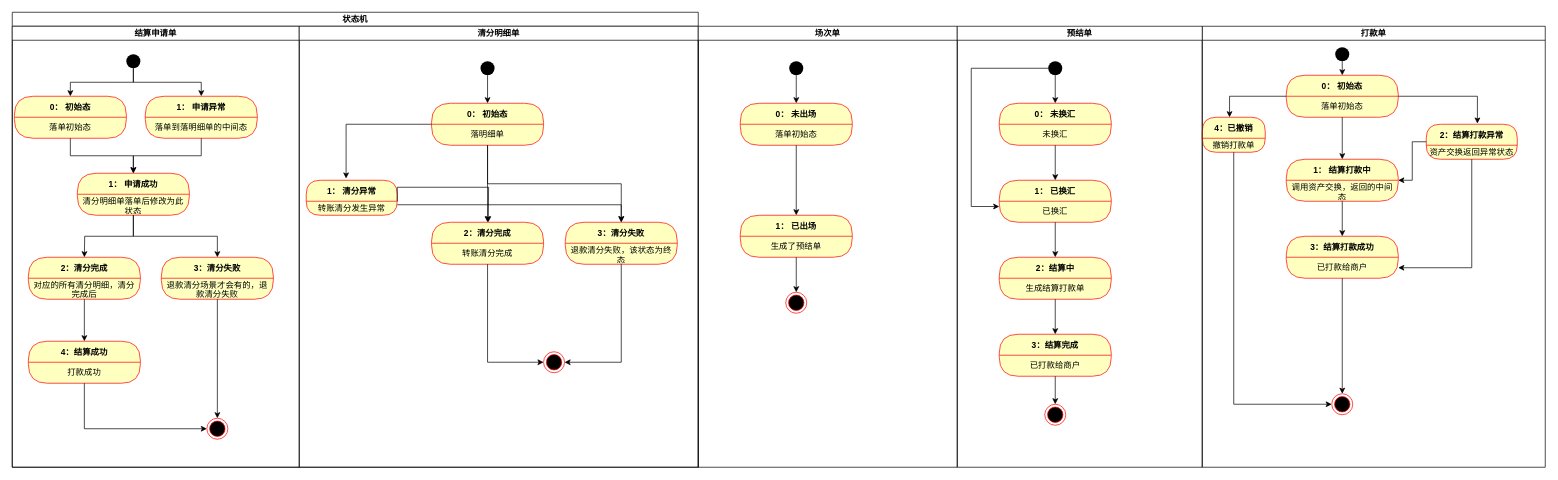
Before: merchant-settle/状态机.drawio in DominicElvira/Diagrams, a draw.io diagram. Source tidied: cells renumbered, new cells numbered last; positions are measured from the earlier drawing's top-left corner, leaving out a move shared by most shapes. Both pictures are drawn from the tidied source at 70%, with x=0, y=0 at pixel (12, 12).
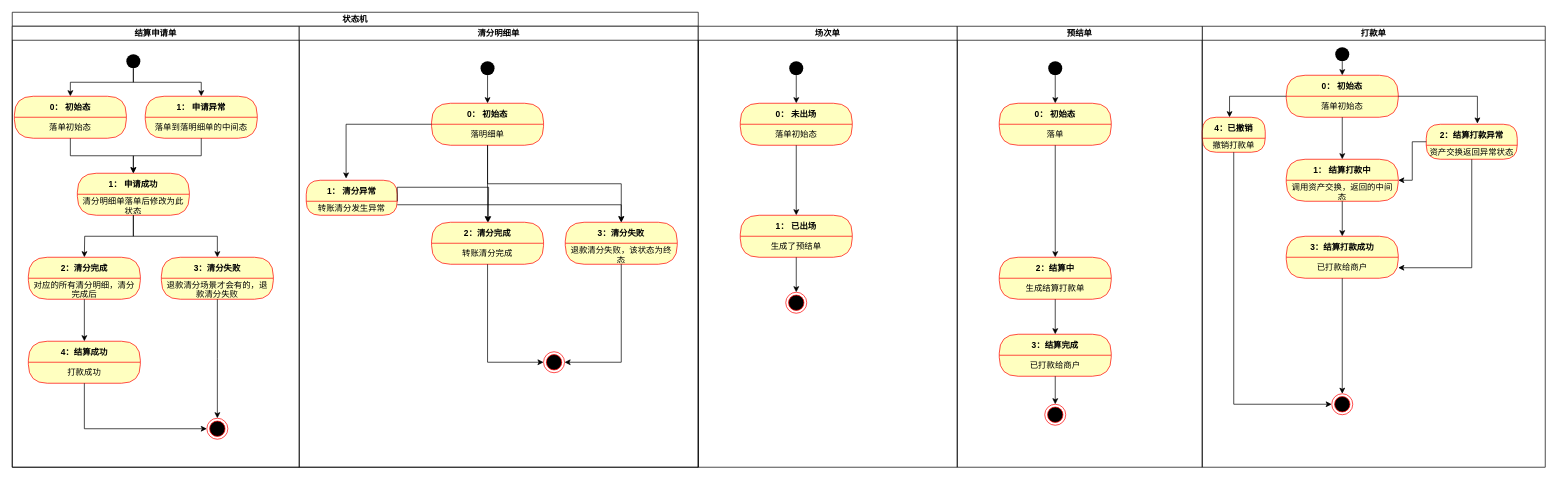
Above is the later version.

Unchanged cells that the change refers to:
```xml
<mxCell id="75" value="预结单" style="swimlane;startSize=20;" parent="1" vertex="1">
  <mxGeometry x="1350" y="20" width="350" height="630" as="geometry" />
</mxCell>
<mxCell id="76" style="ellipse;fillColor=#000000;strokeColor=none;" parent="75" vertex="1">
  <mxGeometry x="130" y="50" width="20" height="20" as="geometry" />
</mxCell>
<mxCell id="79" value="2：结算中" style="swimlane;fontStyle=1;align=center;verticalAlign=middle;horizontal=1;startSize=30;fontColor=#000000;rounded=1;arcSize=30;strokeColor=#ff0000;fillColor=#ffffc0;swimlaneFillColor=#ffffc0;" parent="75" vertex="1">
  <mxGeometry x="60" y="330" width="160" height="60" as="geometry" />
</mxCell>
```

What changed in the source:
```diff
@@
-    <mxCell id="77" value="0： 未换汇" style="swimlane;fontStyle=1;align=center;verticalAlign=middle;horizontal=1;startSize=30;fontColor=#000000;rounded=1;arcSize=30;strokeColor=#ff0000;fillColor=#ffffc0;swimlaneFillColor=#ffffc0;" parent="75" vertex="1">
+    <mxCell id="77" value="0： 初始态" style="swimlane;fontStyle=1;align=center;verticalAlign=middle;horizontal=1;startSize=30;fontColor=#000000;rounded=1;arcSize=30;strokeColor=#ff0000;fillColor=#ffffc0;swimlaneFillColor=#ffffc0;" parent="75" vertex="1">
       <mxGeometry x="60" y="110" width="160" height="60" as="geometry" />
     </mxCell>
@@
-    <mxCell id="81" value="1： 已换汇" style="swimlane;fontStyle=1;align=center;verticalAlign=middle;horizontal=1;startSize=30;fontColor=#000000;rounded=1;arcSize=30;strokeColor=#ff0000;fillColor=#ffffc0;swimlaneFillColor=#ffffc0;" parent="75" vertex="1">
-      <mxGeometry x="60" y="220" width="160" height="60" as="geometry" />
-    </mxCell>
-    <mxCell id="82" value="已换汇" style="text;html=1;strokeColor=none;fillColor=none;align=center;verticalAlign=middle;spacingLeft=4;spacingRight=4;whiteSpace=wrap;overflow=hidden;fontColor=#000000;" parent="81" vertex="1">
-      <mxGeometry y="30" width="160" height="30" as="geometry" />
-    </mxCell>
-    <mxCell id="83" style="edgeStyle=orthogonalEdgeStyle;rounded=0;jettySize=auto;html=1;exitX=0.5;exitY=1;exitDx=0;exitDy=0;entryX=0.5;entryY=0;entryDx=0;entryDy=0;" parent="75" edge="1" source="85" target="81">
+    <mxCell id="83" style="edgeStyle=orthogonalEdgeStyle;rounded=0;jettySize=auto;html=1;exitX=0.5;exitY=1;exitDx=0;exitDy=0;entryX=0.5;entryY=0;entryDx=0;entryDy=0;" parent="75" edge="1" source="85" target="79">
       <mxGeometry relative="1" as="geometry" />
     </mxCell>
-    <mxCell id="84" style="edgeStyle=orthogonalEdgeStyle;rounded=0;jettySize=auto;html=1;exitX=0.5;exitY=1;exitDx=0;exitDy=0;entryX=0.5;entryY=0;entryDx=0;entryDy=0;" parent="75" edge="1" source="82" target="79">
-      <mxGeometry relative="1" as="geometry" />
-    </mxCell>
-    <mxCell id="85" value="未换汇" style="text;html=1;strokeColor=none;fillColor=none;align=center;verticalAlign=middle;spacingLeft=4;spacingRight=4;whiteSpace=wrap;overflow=hidden;fontColor=#000000;" parent="75" vertex="1">
+    <mxCell id="85" value="落单" style="text;html=1;strokeColor=none;fillColor=none;align=center;verticalAlign=middle;spacingLeft=4;spacingRight=4;whiteSpace=wrap;overflow=hidden;fontColor=#000000;" parent="75" vertex="1">
       <mxGeometry x="60" y="140" width="160" height="30" as="geometry" />
     </mxCell>
@@
-    <mxCell id="89" style="edgeStyle=orthogonalEdgeStyle;rounded=0;jettySize=auto;html=1;exitX=0;exitY=0.5;exitDx=0;exitDy=0;entryX=0;entryY=0.25;entryDx=0;entryDy=0;" parent="75" edge="1" source="76" target="82">
-      <mxGeometry relative="1" as="geometry">
-        <Array as="points">
-          <mxPoint x="20" y="60" />
-          <mxPoint x="20" y="258" />
-        </Array>
-      </mxGeometry>
-    </mxCell>
```
